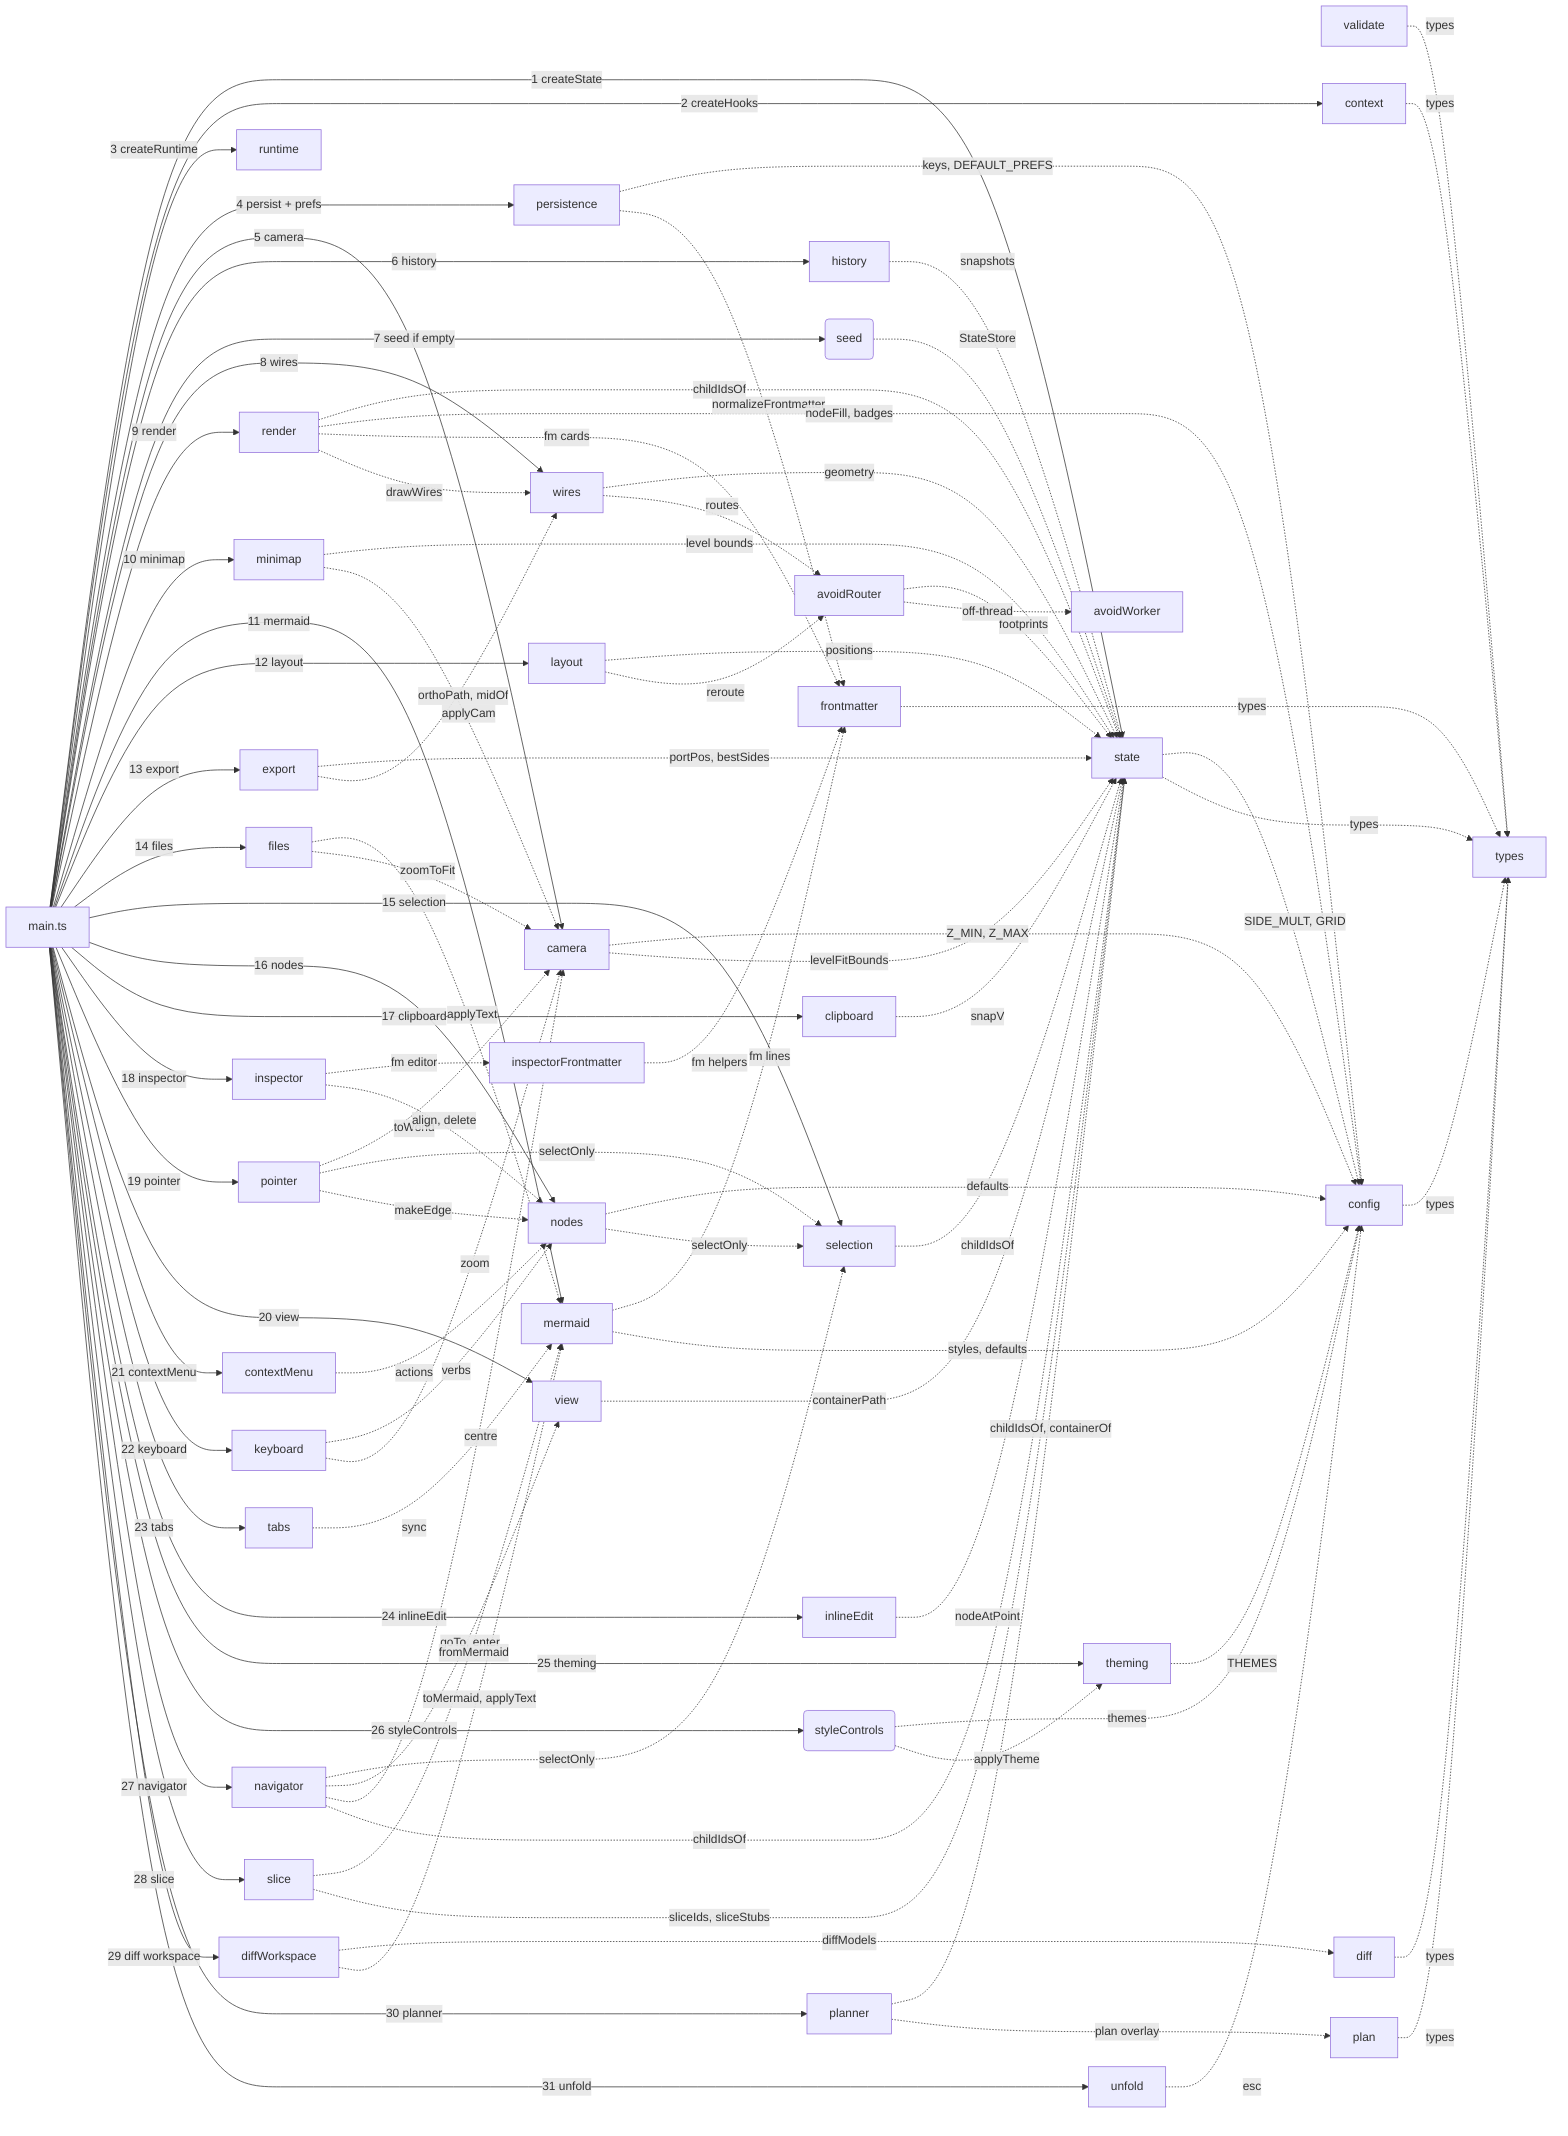
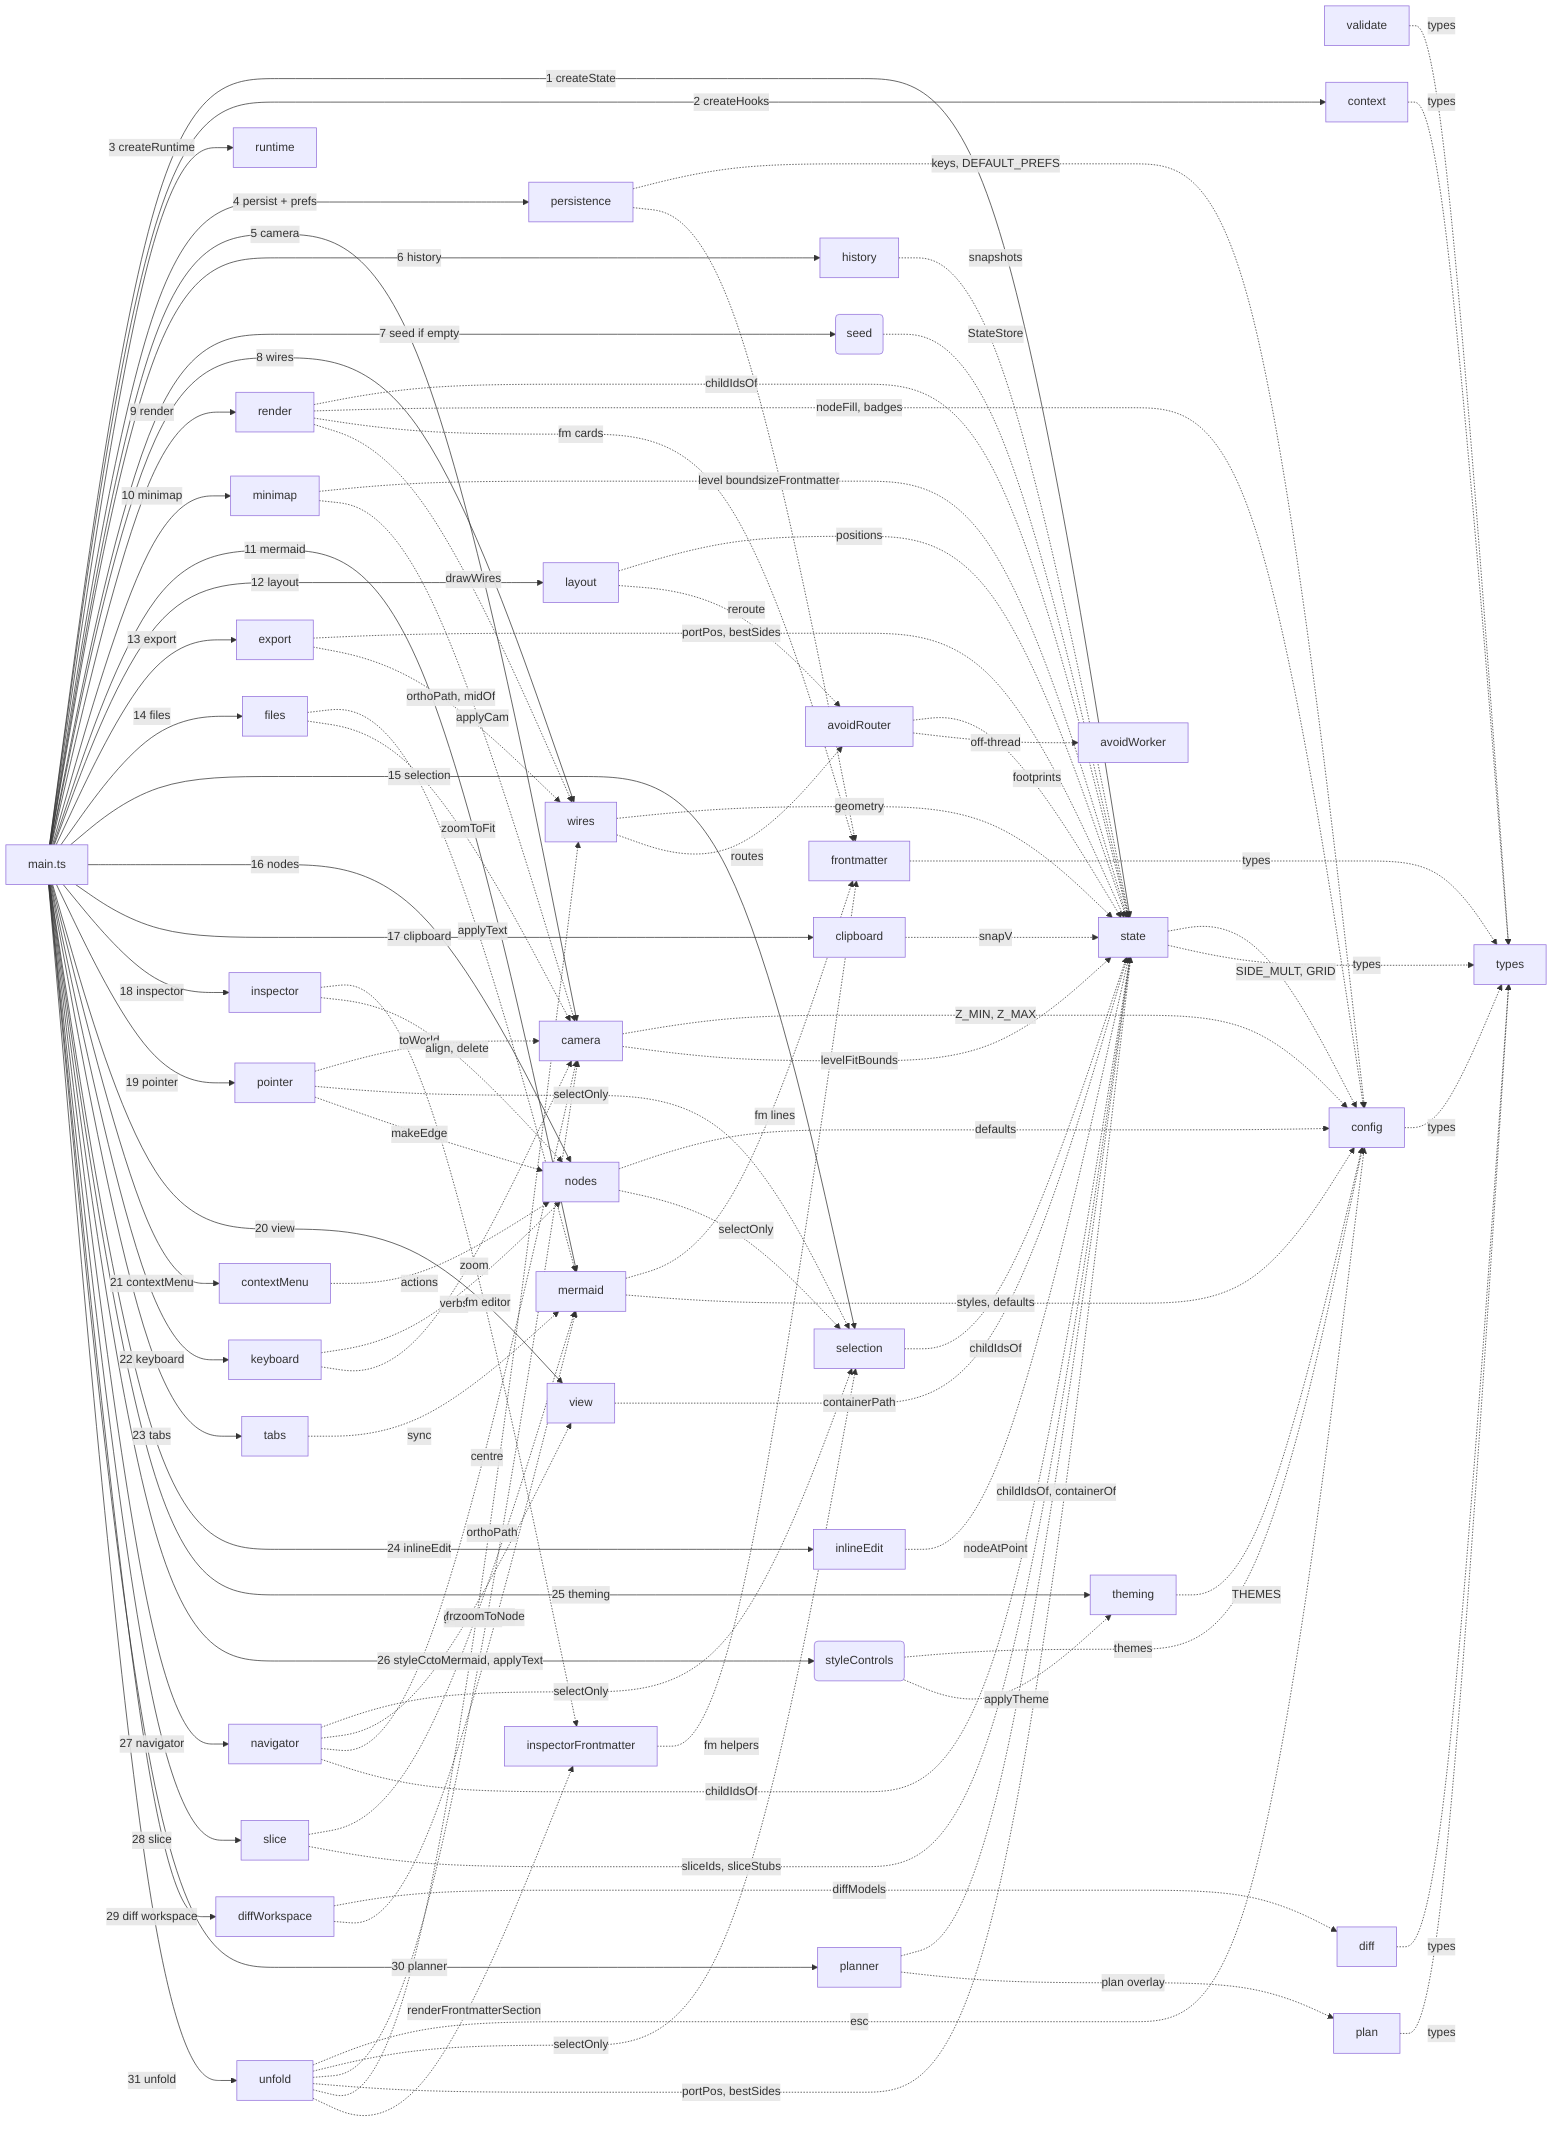
flowchart LR
%% root main

%% fm:meta main name=main
%% fm:meta main desc=composition root; builds AppContext, runs each initX in dependency order, wires hooks, boots
%% fm:meta state name=state
%% fm:meta state desc=the live diagram model (nodes, edges, selection, id counters) plus pure geometry + containment helpers
%% fm:meta frontmatter name=frontmatter
%% fm:meta frontmatter desc=per-node public-interface metadata; create, prune, serialize and parse to Mermaid %% lines
%% fm:meta validate name=validate
%% fm:meta validate desc=pure model integrity and serialize-parse round-trip checks; no DOM, types only
%% fm:meta history name=history
%% fm:meta history desc=bounded undo/redo stack of JSON model snapshots; restore writes back through hooks
%% fm:meta persistence name=persistence
%% fm:meta persistence desc=debounced autosave of model + camera to localStorage, plus load/save of Prefs
%% fm:meta camera name=camera
%% fm:meta camera desc=viewport pan and zoom transform; screen-to-world, applyCam, zoomAt, zoomToFit
%% fm:meta context name=context
%% fm:meta context desc=defines AppContext and the cross-module hook seam that breaks import cycles
%% fm:meta config name=config
%% fm:meta config desc=static lookup tables, palette, themes, fonts, zoom limits, storage keys plus tiny pure helpers
%% fm:meta types name=types
%% fm:meta types desc=shared domain types every module reads and writes; the vocabulary of the whole app
%% fm:meta runtime name=runtime
%% fm:meta runtime desc=tiny bag of transient interaction flags the render layer reads and interaction owns
%% fm:meta seed name=seed
%% fm:meta seed desc=first-run sample diagram, used only when there is no autosave to restore
%% fm:meta mermaid name=mermaid
%% fm:meta mermaid desc=two-way Mermaid text and model serializer/parser; the only module that knows the grammar
%% fm:meta layout name=layout
%% fm:meta layout desc=the Tidy automatic layered-tree layout; layers the spine and parks satellites
%% fm:meta exporter name=export
%% fm:meta exporter desc=build a standalone SVG from the model and export as a downloaded SVG or PNG
%% fm:meta files name=files
%% fm:meta files desc=save the diagram as a .mmd file and load a .mmd or bodies.json back in
%% fm:meta render name=render
%% fm:meta render desc=rebuild node DOM from the model each render; frontmatter cards, ports, drill affordance
%% fm:meta wires name=wires
%% fm:meta wires desc=draw all edges into the SVG layer plus the path geometry helpers reused by export
%% fm:meta avoidRouter name=avoidRouter
%% fm:meta avoidRouter desc=obstacle-avoiding orthogonal routing of reference edges via the libavoid WASM router
%% fm:meta minimap name=minimap
%% fm:meta minimap desc=paint the overview canvas and translate clicks and drags into camera moves
%% fm:meta avoidWorker name=avoidWorker
%% fm:meta avoidWorker desc=run the libavoid router in a dedicated worker so routing never blocks the main thread
%% fm:meta pointer name=pointer
%% fm:meta pointer desc=direct-manipulation on the canvas: drag, marquee, pan, resize, port-drag linking
%% fm:meta nodes name=nodes
%% fm:meta nodes desc=create/modify/destroy verbs on the model: addNode, makeEdge, deleteSelection, align, group
%% fm:meta selection name=selection
%% fm:meta selection desc=user-facing selection verbs that mutate sel then render and refresh the inspector
%% fm:meta clipboard name=clipboard
%% fm:meta clipboard desc=in-memory copy, paste with id remapping, and duplicate of the selection
%% fm:meta keyboard name=keyboard
%% fm:meta keyboard desc=global key and wheel handling: undo, clipboard, delete, nudge, quick-add, zoom, pan
%% fm:meta inlineEdit name=inlineEdit
%% fm:meta inlineEdit desc=double-click contenteditable label editing plus the dblclick drop-and-edit flow
%% fm:meta contextMenu name=contextMenu
%% fm:meta contextMenu desc=build and position the right-click menu with node or canvas actions
%% fm:meta view name=view
%% fm:meta view desc=own the current drill level and the verbs that change it, plus the breadcrumb
%% fm:meta inspector name=inspector
%% fm:meta inspector desc=render the right-hand property editor for a node, multi-selection, or an edge
%% fm:meta inspectorFrontmatter name=inspectorFrontmatter
%% fm:meta inspectorFrontmatter desc=render and wire the frontmatter editor for a single selected node
%% fm:meta tabs name=tabs
%% fm:meta tabs desc=switch the right panel between panes, collapse it, and show transient toasts
%% fm:meta styleControls name=styleControls
%% fm:meta styleControls desc=build and wire the Style tab: theme chips, font, toggles, routing select
%% fm:meta theming name=theming
%% fm:meta theming desc=translate prefs into live CSS variables and canvas state at runtime
%% fm:meta diff name=diff
%% fm:meta diff desc=compare two parsed models and compute the semantic delta: added, removed and changed nodes and edges
%% fm:meta navigator name=navigator
%% fm:meta navigator desc=searchable, filterable node list; click a row to drill, select and centre the camera
%% fm:meta slice name=slice
%% fm:meta slice desc=show a self-contained mmd of the selected node's neighbourhood, with a Copy button
%% fm:meta diffWorkspace name=diffWorkspace
%% fm:meta diffWorkspace desc=full-screen diff overlay: snapshot, paste a proposal, diff via diffModels, view four ways, apply
%% fm:meta plan name=plan
%% fm:meta plan desc=build-plan overlay model (pure): status/intent/phase changes keyed on real nodes/edges, plus blast-radius and coherence helpers
%% fm:meta planner name=planner
%% fm:meta planner desc=full-screen build-plan review surface: status overlay on the real map, tri-pane sync, accept/reject with dependency coherence, gated export to buildspec
%% fm:meta unfold name=unfold
%% fm:meta unfold desc=reading mode: full-screen folded view of ctx.state — containment roots only at arrival, unfold in place, opt-in layers (wires, desc, interfaces, metrics, colour, blast radius), browse tree, inspector with ctx.bodies source

%% kind main module
%% kind state module
%% kind frontmatter module
%% kind validate module
%% kind history module
%% kind persistence module
%% kind camera module
%% kind context module
%% kind config module
%% kind types module
%% kind runtime module
%% kind seed function
%% kind mermaid module
%% kind layout module
%% kind exporter module
%% kind files module
%% kind render module
%% kind wires module
%% kind avoidRouter module
%% kind minimap module
%% kind avoidWorker module
%% kind pointer module
%% kind nodes module
%% kind selection module
%% kind clipboard module
%% kind keyboard module
%% kind inlineEdit module
%% kind contextMenu module
%% kind view module
%% kind inspector module
%% kind inspectorFrontmatter module
%% kind tabs module
%% kind styleControls function
%% kind theming module
%% kind diff module
%% kind navigator module
%% kind slice module
%% kind diffWorkspace module
%% kind plan module
%% kind planner module
%% kind unfold module

  main["main.ts"]
  state["state"]
  frontmatter["frontmatter"]
  validate["validate"]
  history["history"]
  persistence["persistence"]
  camera["camera"]
  context["context"]
  config["config"]
  types["types"]
  runtime["runtime"]
  seed("seed")
  mermaid["mermaid"]
  layout["layout"]
  exporter["export"]
  files["files"]
  render["render"]
  wires["wires"]
  avoidRouter["avoidRouter"]
  minimap["minimap"]
  avoidWorker["avoidWorker"]
  pointer["pointer"]
  nodes["nodes"]
  selection["selection"]
  clipboard["clipboard"]
  keyboard["keyboard"]
  inlineEdit["inlineEdit"]
  contextMenu["contextMenu"]
  view["view"]
  inspector["inspector"]
  inspectorFrontmatter["inspectorFrontmatter"]
  tabs["tabs"]
  styleControls("styleControls")
  theming["theming"]
  diff["diff"]
  navigator["navigator"]
  slice["slice"]
  diffWorkspace["diffWorkspace"]
  plan["plan"]
  planner["planner"]
  unfold["unfold"]

  main -->|1 createState| state
  main -->|2 createHooks| context
  main -->|3 createRuntime| runtime
  main -->|4 persist + prefs| persistence
  main -->|5 camera| camera
  main -->|6 history| history
  main -->|7 seed if empty| seed
  main -->|8 wires| wires
  main -->|9 render| render
  main -->|10 minimap| minimap
  main -->|11 mermaid| mermaid
  main -->|12 layout| layout
  main -->|13 export| exporter
  main -->|14 files| files
  main -->|15 selection| selection
  main -->|16 nodes| nodes
  main -->|17 clipboard| clipboard
  main -->|18 inspector| inspector
  main -->|19 pointer| pointer
  main -->|20 view| view
  main -->|21 contextMenu| contextMenu
  main -->|22 keyboard| keyboard
  main -->|23 tabs| tabs
  main -->|24 inlineEdit| inlineEdit
  main -->|25 theming| theming
  main -->|26 styleControls| styleControls
  config -.->|types| types
  state -.->|SIDE_MULT, GRID| config
  state -.->|types| types
  camera -.->|Z_MIN, Z_MAX| config
  camera -.->|levelFitBounds| state
  persistence -.->|keys, DEFAULT_PREFS| config
  persistence -.->|normalizeFrontmatter| frontmatter
  history -.->|snapshots| state
  frontmatter -.->|types| types
  validate -.->|types| types
  seed -.->|StateStore| state
  context -.->|types| types
  render -.->|childIdsOf| state
  render -.->|nodeFill, badges| config
  render -.->|fm cards| frontmatter
  render -.->|drawWires| wires
  wires -.->|geometry| state
  wires -.->|routes| avoidRouter
  avoidRouter -.->|footprints| state
  avoidRouter -.->|off-thread| avoidWorker
  layout -.->|positions| state
  layout -.->|reroute| avoidRouter
  minimap -.->|level bounds| state
  minimap -.->|applyCam| camera
  mermaid -.->|fm lines| frontmatter
  mermaid -.->|styles, defaults| config
  exporter -.->|portPos, bestSides| state
  exporter -.->|orthoPath, midOf| wires
  files -.->|applyText| mermaid
  files -.->|zoomToFit| camera
  pointer -.->|toWorld| camera
  pointer -.->|selectOnly| selection
  pointer -.->|makeEdge| nodes
  nodes -.->|defaults| config
  nodes -.->|selectOnly| selection
  selection -.->|childIdsOf| state
  clipboard -.->|snapV| state
  keyboard -.->|verbs| nodes
  keyboard -.->|zoom| camera
  inlineEdit -.->|nodeAtPoint| state
  contextMenu -.->|actions| nodes
  view -.->|containerPath| state
  inspector -.->|fm editor| inspectorFrontmatter
  inspector -.->|align, delete| nodes
  inspectorFrontmatter -.->|fm helpers| frontmatter
  tabs -.->|sync| mermaid
  styleControls -.->|themes| config
  styleControls -.->|applyTheme| theming
  theming -.->|THEMES| config
  main -->|27 navigator| navigator
  main -->|28 slice| slice
  main -->|29 diff workspace| diffWorkspace
  diff -.->|types| types
  diffWorkspace -.->|diffModels| diff
  diffWorkspace -.->|toMermaid, applyText| mermaid
  navigator -.->|selectOnly| selection
  navigator -.->|goTo, enter| view
  navigator -.->|centre| camera
  navigator -.->|childIdsOf| state
  slice -.->|fromMermaid| mermaid
  slice -.->|sliceIds, sliceStubs| state
  main -->|30 planner| planner
  main -->|31 unfold| unfold
  plan -.->|types| types
  planner -.->|childIdsOf, containerOf| state
  planner -.->|plan overlay| plan
  unfold -.->|esc| config
+   unfold -.->|selectOnly| selection
+   unfold -.->|zoomToNode| camera
+   unfold -.->|portPos, bestSides| state
+   unfold -.->|orthoPath| wires
+   unfold -.->|renderFrontmatterSection| inspectorFrontmatter
